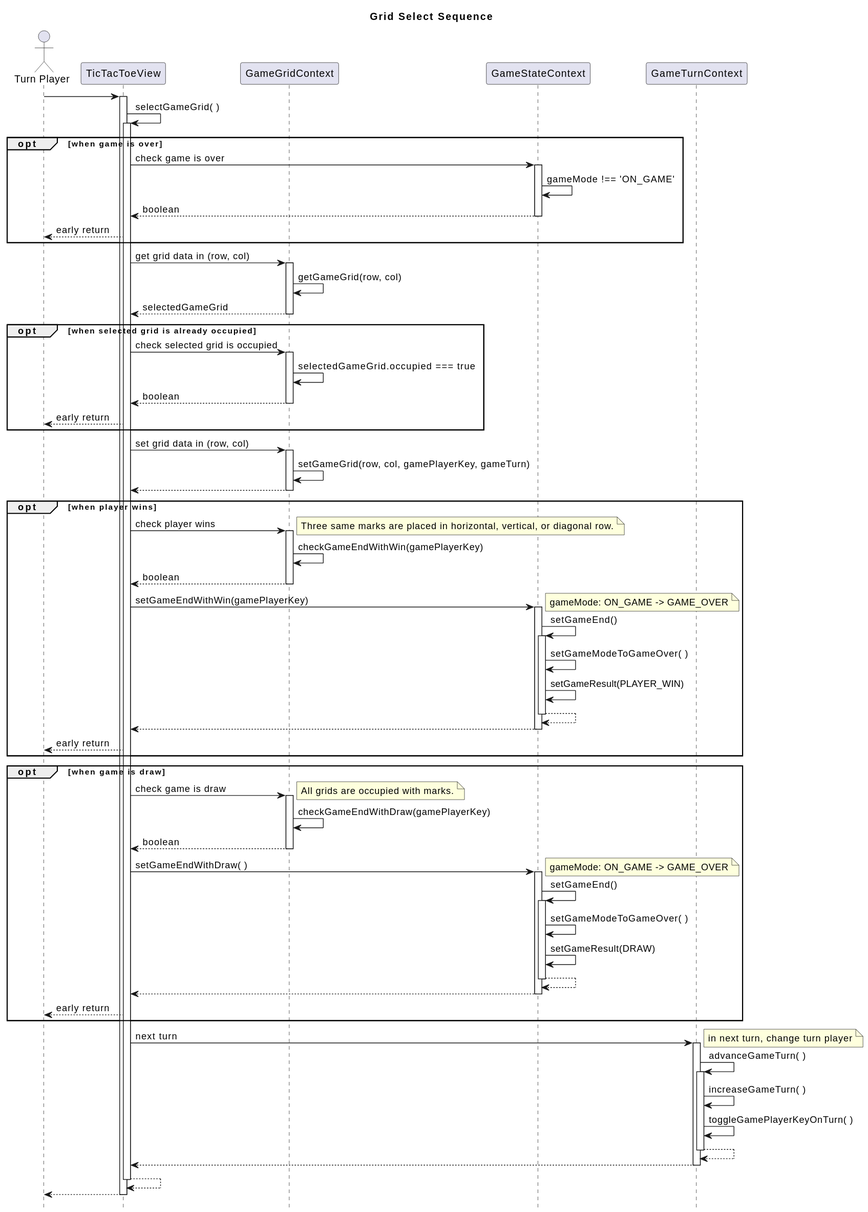
hi2k1978/react-samples keeps this PlantUML diagram as tic-tac-toe/md/grid-select-sequence.svg. Above is the earlier version. Its diagram source:
```plantuml
@startuml
title Grid Select Sequence
hide footbox

Actor "Turn Player" as Player
participant "TicTacToeView" as TicTacToeView
participant "GameGridContext" as GameGrid
participant "GameStateContext" as GameState
participant "GameTurnContext" as GameTurn

Player -> TicTacToeView ++:
TicTacToeView -> TicTacToeView ++: selectGameGrid( )

opt when game is over
	TicTacToeView -> GameState ++: check game is over
	GameState -> GameState: gameMode !== 'ON_GAME'
	GameState --> TicTacToeView --: boolean
	TicTacToeView --> Player: early return
end

TicTacToeView -> GameGrid: get grid data in (row, col)
activate GameGrid
GameGrid -> GameGrid: getGameGrid(row, col)
GameGrid --> TicTacToeView: selectedGameGrid
deactivate GameGrid

opt when selected grid is already occupied
TicTacToeView -> GameGrid: check selected grid is occupied
activate GameGrid
	GameGrid -> GameGrid: selectedGameGrid.occupied === true
	GameGrid --> TicTacToeView:boolean
deactivate GameGrid
TicTacToeView --> Player: early return
end

TicTacToeView -> GameGrid ++: set grid data in (row, col)
GameGrid -> GameGrid: setGameGrid(row, col, gamePlayerKey, gameTurn)
GameGrid --> TicTacToeView --:

opt when player wins
	TicTacToeView -> GameGrid ++: check player wins
	note right
	Three same marks are placed in horizontal, vertical, or diagonal row.
	end note
	GameGrid -> GameGrid: checkGameEndWithWin(gamePlayerKey)
	GameGrid --> TicTacToeView --: boolean

	TicTacToeView -> GameState ++: setGameEndWithWin(gamePlayerKey)
	note right
	gameMode: ON_GAME -> GAME_OVER
	end note
	GameState -> GameState ++: setGameEnd()
	GameState -> GameState: setGameModeToGameOver( )
	GameState -> GameState: setGameResult(PLAYER_WIN)
	GameState --> GameState --:
	GameState --> TicTacToeView --:
	TicTacToeView --> Player: early return
end

opt when game is draw
	TicTacToeView -> GameGrid ++: check game is draw
	note right
	All grids are occupied with marks.
	end note
	GameGrid -> GameGrid: checkGameEndWithDraw(gamePlayerKey)
	GameGrid --> TicTacToeView --: boolean

	TicTacToeView -> GameState ++: setGameEndWithDraw( )
	note right
	gameMode: ON_GAME -> GAME_OVER
	end note
	GameState -> GameState ++: setGameEnd()
	GameState -> GameState: setGameModeToGameOver( )
	GameState -> GameState: setGameResult(DRAW)
	GameState --> GameState --:
	GameState --> TicTacToeView --:
	TicTacToeView --> Player: early return
end

TicTacToeView -> GameTurn ++: next turn
note right
	in next turn, change turn player
end note
GameTurn -> GameTurn ++: advanceGameTurn( )
GameTurn -> GameTurn: increaseGameTurn( )
GameTurn -> GameTurn: toggleGamePlayerKeyOnTurn( )
GameTurn -->  GameTurn --:
GameTurn --> TicTacToeView --:

TicTacToeView --> TicTacToeView --:
TicTacToeView --> Player --:
@enduml
```
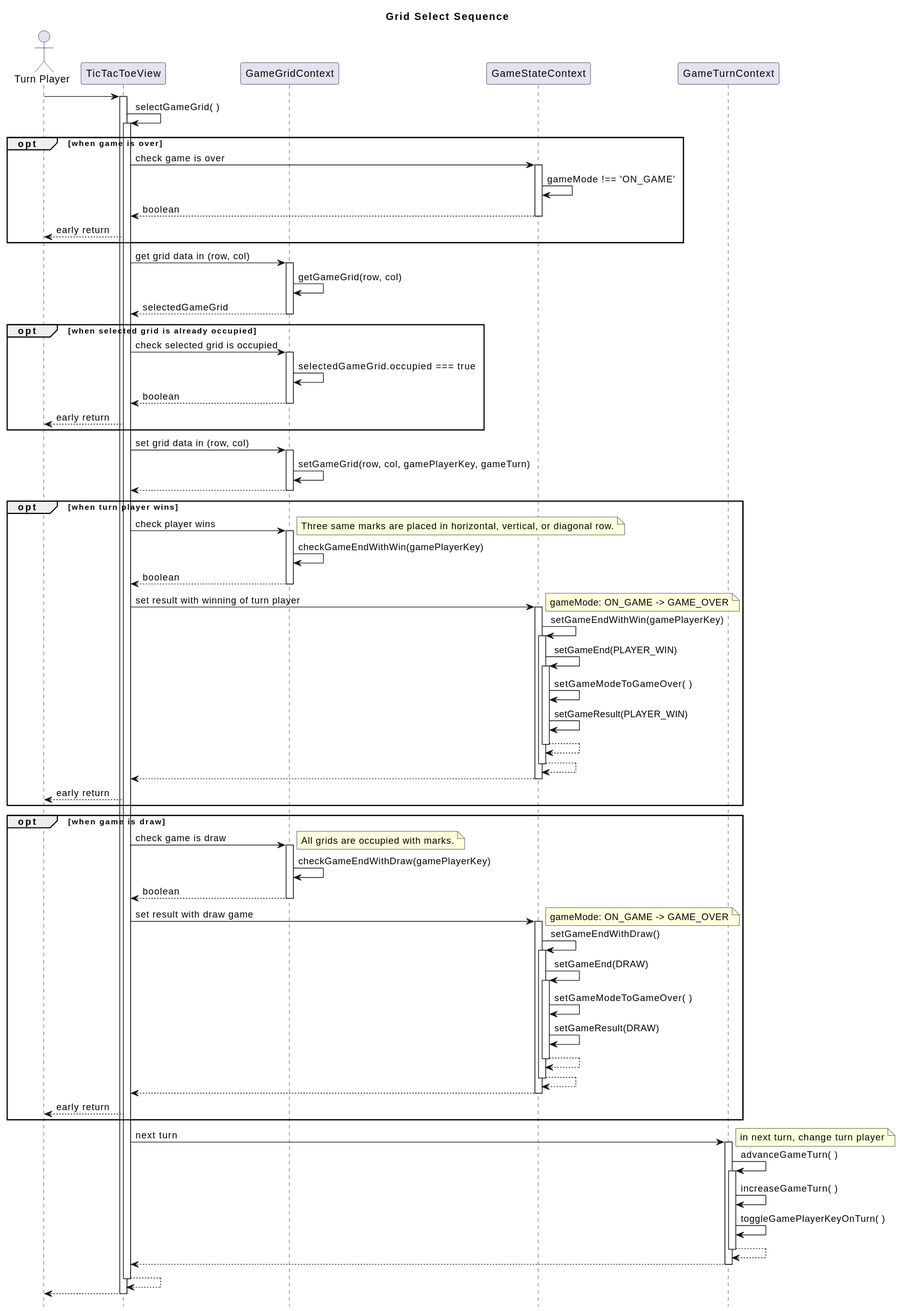
Later version of the same file.

What changed in the source:
```diff
@@ -37,7 +37,7 @@
 GameGrid -> GameGrid: setGameGrid(row, col, gamePlayerKey, gameTurn)
 GameGrid --> TicTacToeView --:
 
-opt when player wins
+opt when turn player wins
 	TicTacToeView -> GameGrid ++: check player wins
 	note right
 	Three same marks are placed in horizontal, vertical, or diagonal row.
@@ -45,13 +45,15 @@
 	GameGrid -> GameGrid: checkGameEndWithWin(gamePlayerKey)
 	GameGrid --> TicTacToeView --: boolean
 
-	TicTacToeView -> GameState ++: setGameEndWithWin(gamePlayerKey)
+	TicTacToeView -> GameState ++: set result with winning of turn player
 	note right
 	gameMode: ON_GAME -> GAME_OVER
 	end note
-	GameState -> GameState ++: setGameEnd()
+	GameState -> GameState ++: setGameEndWithWin(gamePlayerKey)
+	GameState -> GameState ++: setGameEnd(PLAYER_WIN)
 	GameState -> GameState: setGameModeToGameOver( )
 	GameState -> GameState: setGameResult(PLAYER_WIN)
+	GameState --> GameState --:
 	GameState --> GameState --:
 	GameState --> TicTacToeView --:
 	TicTacToeView --> Player: early return
@@ -65,13 +67,15 @@
 	GameGrid -> GameGrid: checkGameEndWithDraw(gamePlayerKey)
 	GameGrid --> TicTacToeView --: boolean
 
-	TicTacToeView -> GameState ++: setGameEndWithDraw( )
+	TicTacToeView -> GameState ++: set result with draw game
 	note right
 	gameMode: ON_GAME -> GAME_OVER
 	end note
-	GameState -> GameState ++: setGameEnd()
+	GameState -> GameState ++: setGameEndWithDraw()
+	GameState -> GameState ++: setGameEnd(DRAW)
 	GameState -> GameState: setGameModeToGameOver( )
 	GameState -> GameState: setGameResult(DRAW)
+	GameState --> GameState --:
 	GameState --> GameState --:
 	GameState --> TicTacToeView --:
 	TicTacToeView --> Player: early return
```
